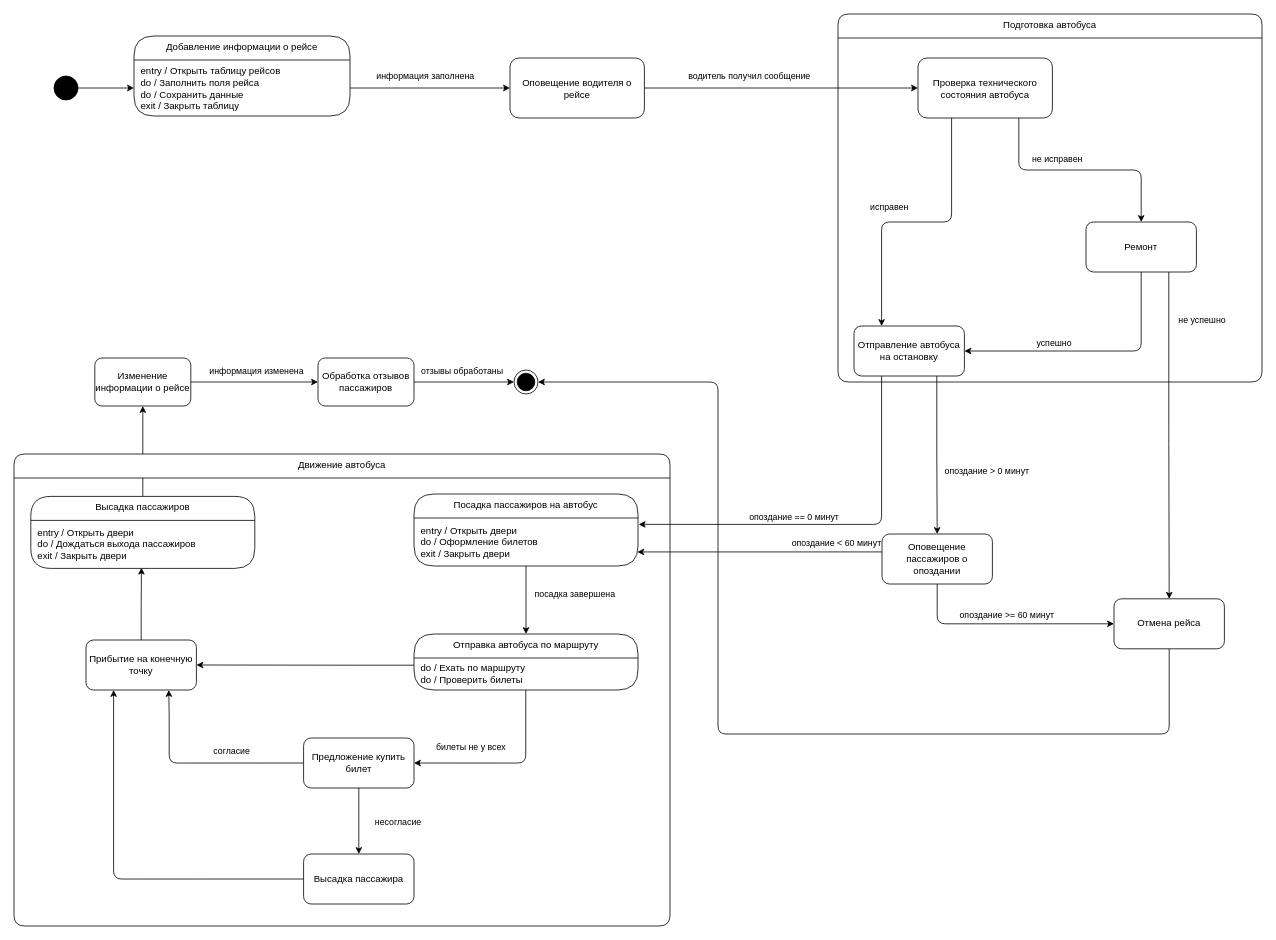
Before: akms 6 sos toyaniya.drawio.xml in Mornyzzz/bdshka, a draw.io diagram. Source tidied: cells renumbered, new cells numbered last; positions are measured from the earlier drawing's top-left corner, leaving out a move shared by most shapes. Both pictures are drawn from the tidied source at 80%, with x=0, y=0 at pixel (14, 14).
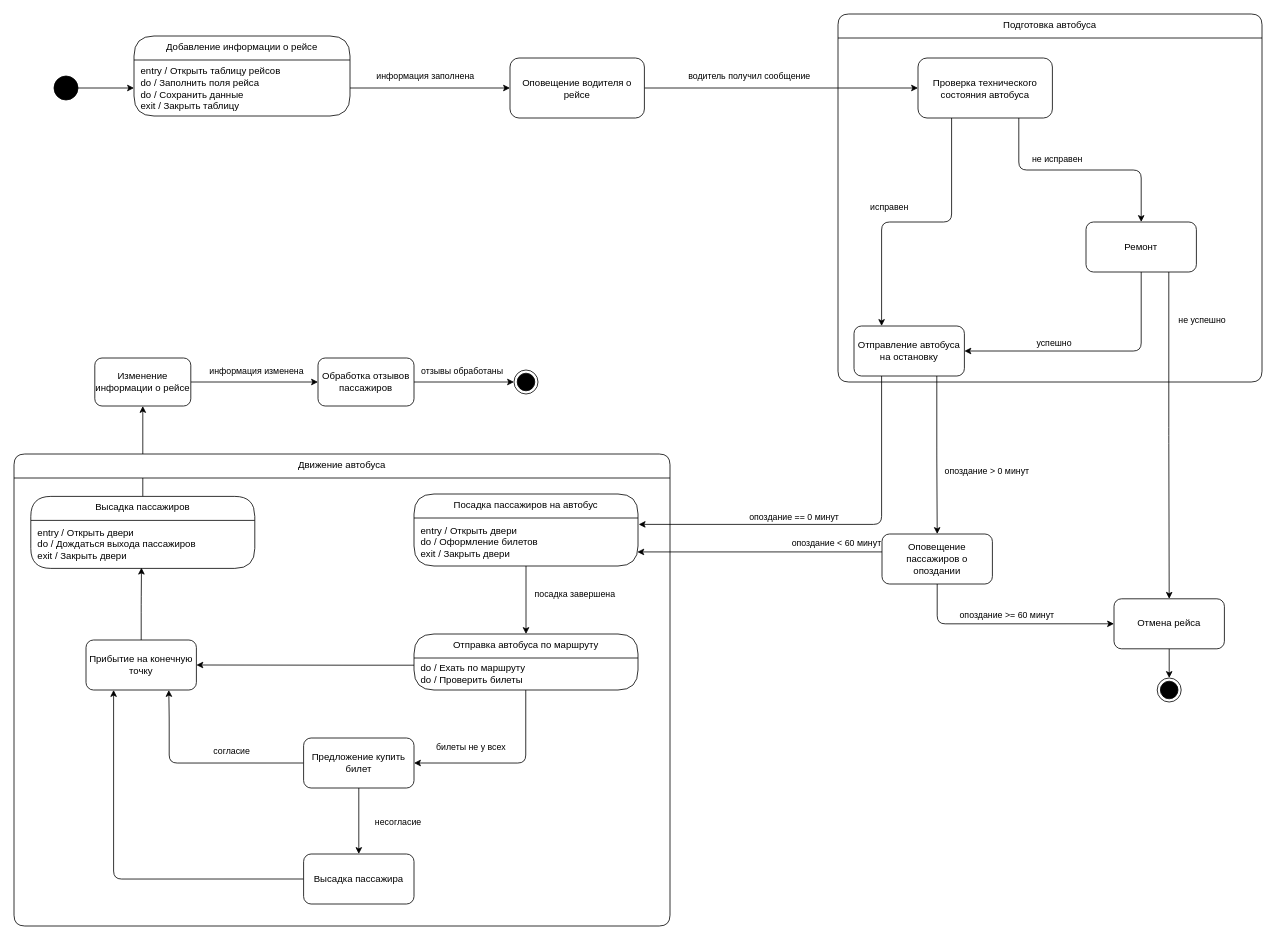
Above is the later version.

Unchanged cells that the change refers to:
```xml
<mxCell id="10" style="ellipse;html=1;shape=endState;fillColor=strokeColor;rounded=1;" parent="1" vertex="1">
  <mxGeometry x="625" y="445" width="30" height="30" as="geometry" />
</mxCell>
<mxCell id="34" value="Отмена рейса" style="rounded=1;whiteSpace=wrap;html=1;" parent="1" vertex="1">
  <mxGeometry x="1375" y="731" width="138" height="62.5" as="geometry" />
</mxCell>
```

What changed in the source:
```diff
@@
-    <mxCell id="33" style="edgeStyle=orthogonalEdgeStyle;rounded=1;jettySize=auto;html=1;exitX=0.5;exitY=1;exitDx=0;exitDy=0;entryX=1;entryY=0.5;entryDx=0;entryDy=0;" parent="1" edge="1" source="34" target="10">
-      <mxGeometry relative="1" as="geometry">
-        <Array as="points">
-          <mxPoint x="1444" y="900" />
-          <mxPoint x="880" y="900" />
-          <mxPoint x="880" y="460" />
-        </Array>
-      </mxGeometry>
-    </mxCell>
+    <mxCell id="63" style="edgeStyle=orthogonalEdgeStyle;rounded=0;jettySize=auto;html=1;exitX=0.5;exitY=1;exitDx=0;exitDy=0;entryX=0.5;entryY=0;entryDx=0;entryDy=0;" parent="1" edge="1" source="34" target="64">
+      <mxGeometry relative="1" as="geometry" />
+    </mxCell>
@@
+    <mxCell id="64" style="ellipse;html=1;shape=endState;fillColor=strokeColor;rounded=1;" parent="1" vertex="1">
+      <mxGeometry x="1429" y="830" width="30" height="30" as="geometry" />
+    </mxCell>
```
